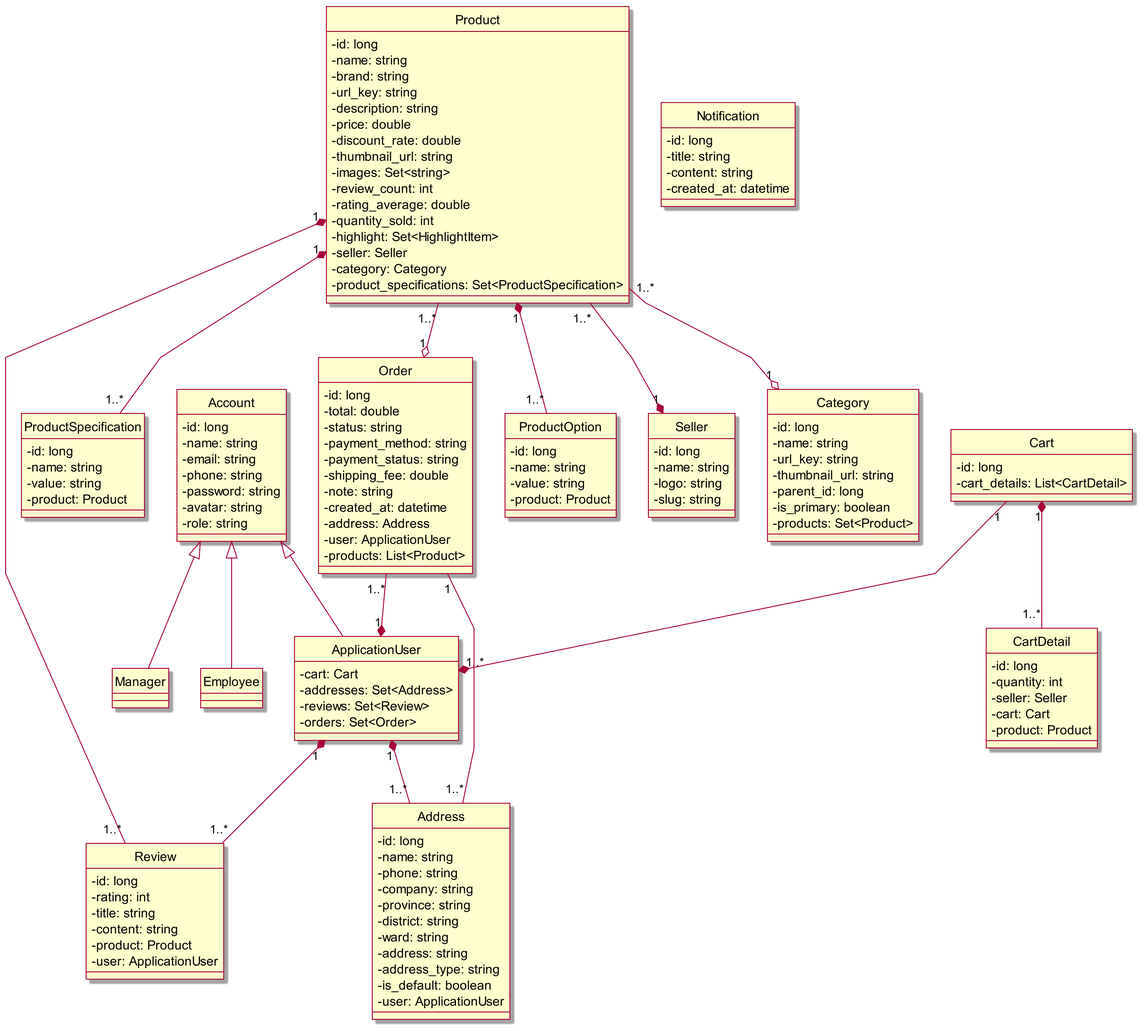
Earlier version of the PlantUML export out/Class/ClassDiagram/Class Diagram.png (Marowota/ecommerce-plantuml).
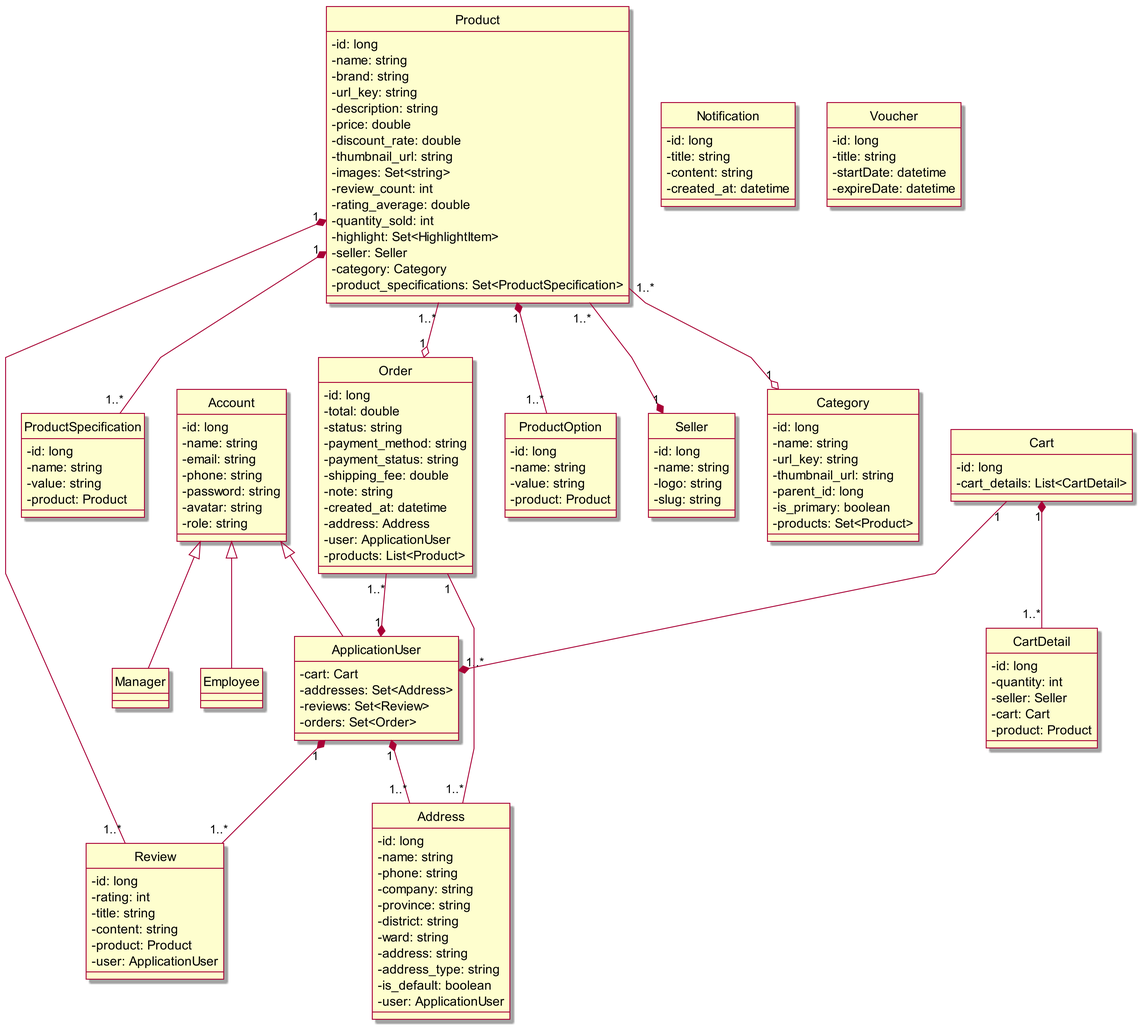
After the commit.

Diff of the diagram source:
```diff
@@ -143,6 +143,13 @@
     - created_at: datetime
 }
 
+class Voucher{
+    - id: long
+    - title: string
+    - startDate: datetime
+    - expireDate: datetime
+}
+
 Product "1" *-- "1..*" ProductSpecification
 Product "1..* "--* "1" Seller
 Product "1" *-- "1..*" Review
```
